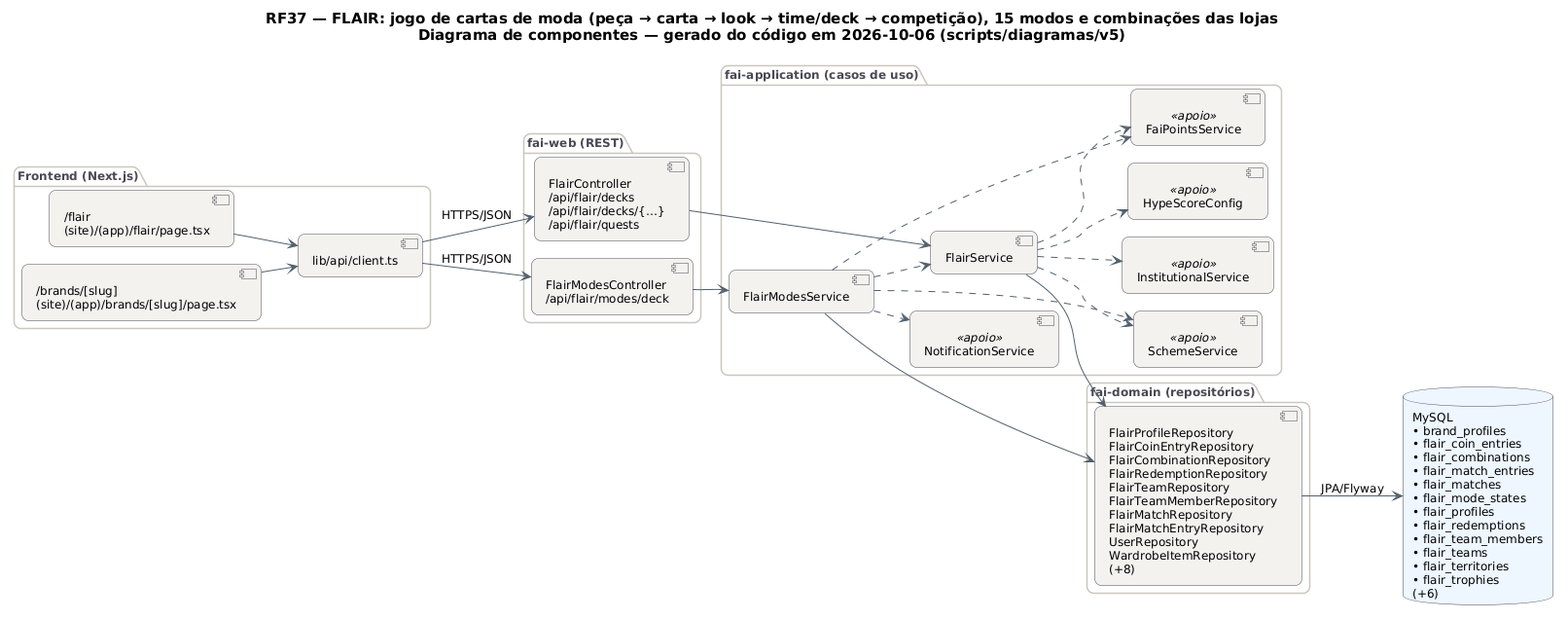
Earlier version of the PlantUML export docs/diagramas/RF37/RF37_Componentes.png (MatheusHaliski/tcc-2026-fashion-ai-backend).
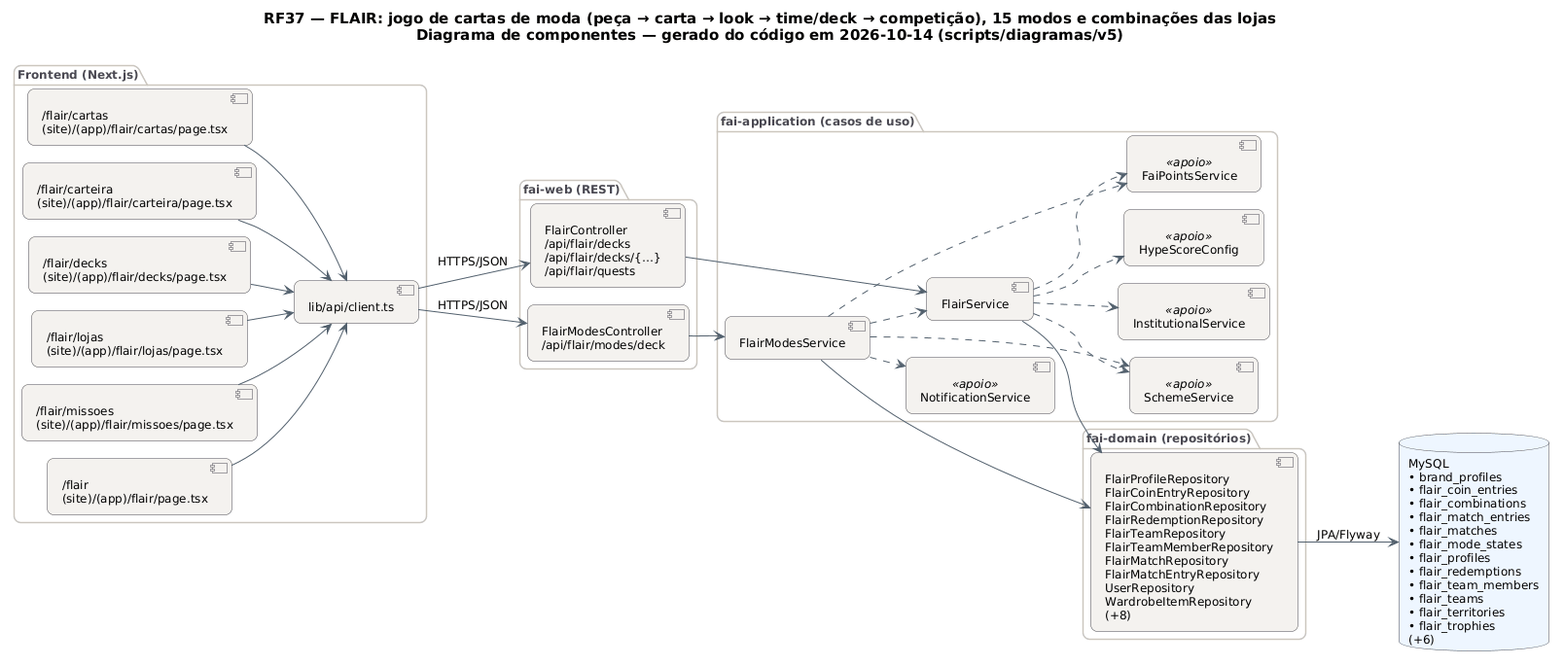
Later version of the same file.

Change to the diagram source:
```diff
@@ -29,11 +29,15 @@
   BorderColor #4A4852
 }
 left to right direction
-title RF37 — FLAIR: jogo de cartas de moda (peça → carta → look → time/deck → competição), 15 modos e combinações das lojas\nDiagrama de componentes — gerado do código em 2026-10-06 (scripts/diagramas/v5)
+title RF37 — FLAIR: jogo de cartas de moda (peça → carta → look → time/deck → competição), 15 modos e combinações das lojas\nDiagrama de componentes — gerado do código em 2026-10-14 (scripts/diagramas/v5)
 
 package "Frontend (Next.js)" {
-  component "/flair\n(site)/(app)/flair/page.tsx" as FE0
-  component "/brands/[slug]\n(site)/(app)/brands/[slug]/page.tsx" as FE1
+  component "/flair/cartas\n(site)/(app)/flair/cartas/page.tsx" as FE0
+  component "/flair/carteira\n(site)/(app)/flair/carteira/page.tsx" as FE1
+  component "/flair/decks\n(site)/(app)/flair/decks/page.tsx" as FE2
+  component "/flair/lojas\n(site)/(app)/flair/lojas/page.tsx" as FE3
+  component "/flair/missoes\n(site)/(app)/flair/missoes/page.tsx" as FE4
+  component "/flair\n(site)/(app)/flair/page.tsx" as FE5
   component "lib/api/client.ts" as APIC
 }
 package "fai-web (REST)" {
@@ -57,6 +61,10 @@
 APIC --> FlairModesController : HTTPS/JSON
 FE0 --> APIC
 FE1 --> APIC
+FE2 --> APIC
+FE3 --> APIC
+FE4 --> APIC
+FE5 --> APIC
 FlairController --> FlairService
 FlairModesController --> FlairModesService
 FlairModesService --> REPO_MySQL
```
